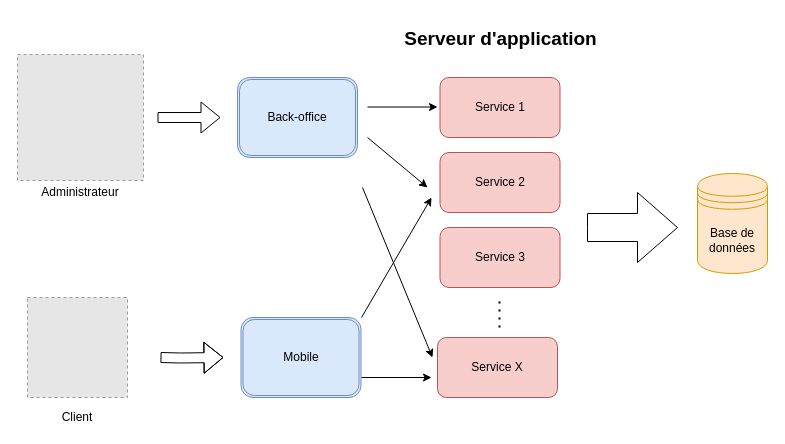
vetsonombana/diagram keeps this draw.io diagram as image/Architecture-globale.drawio. Above is the earlier version. Source tidied: cells renumbered, new cells numbered last; positions are measured from the earlier drawing's top-left corner, leaving out a move shared by most shapes. Both pictures are drawn from the tidied source at 100%, with x=0, y=0 at pixel (17, 17). Pictures stored in the file or linked from it are replaced by grey dashed boxes.
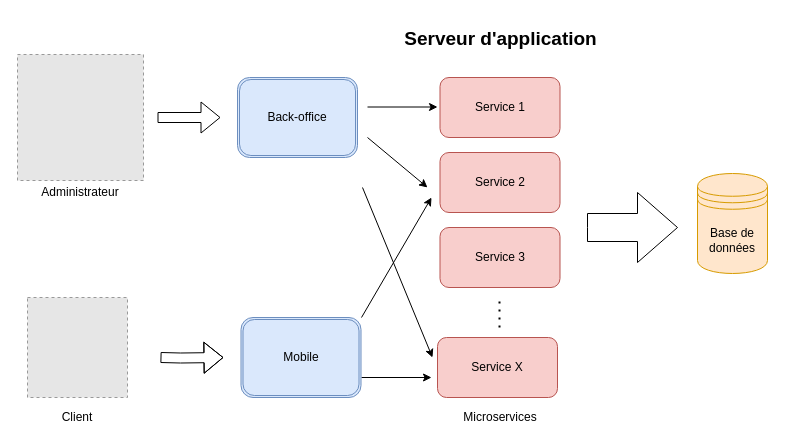
Above is the later version.

Diff of the diagram source:
```diff
@@
+    <mxCell id="23" value="Microservices" style="text;html=1;strokeColor=none;fillColor=none;align=center;verticalAlign=middle;whiteSpace=wrap;rounded=0;" parent="1" vertex="1">
+      <mxGeometry x="462.5" y="390" width="40" height="20" as="geometry" />
+    </mxCell>
```
